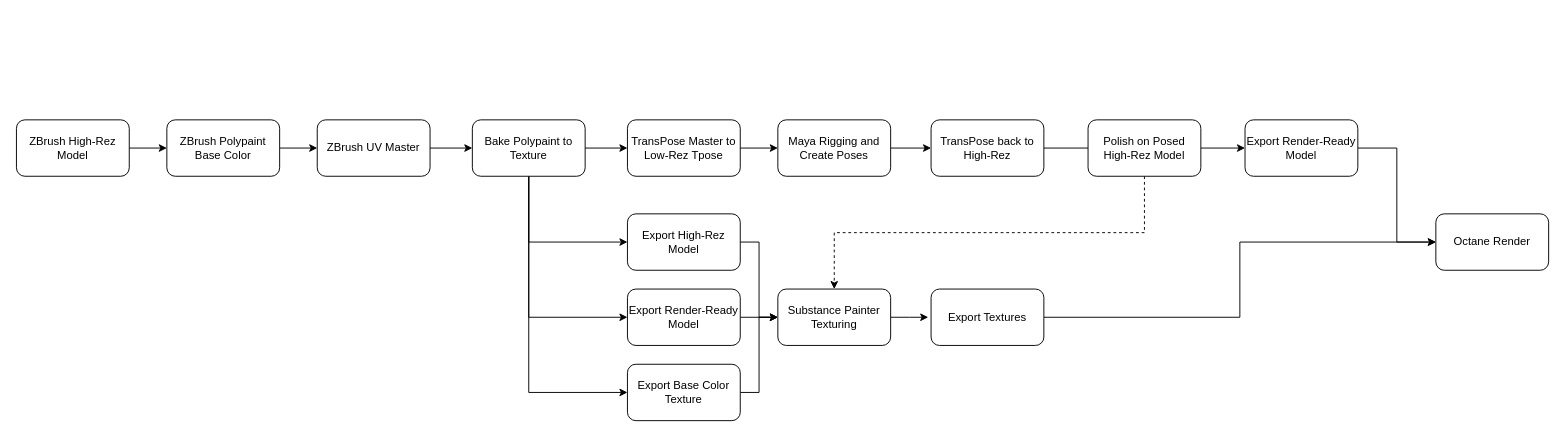
Earlier version of the draw.io diagram Untitled Diagram.drawio (aaronfang/personal_scripts). Source tidied: cells renumbered, new cells numbered last; positions are measured from the earlier drawing's top-left corner, leaving out a move shared by most shapes. Both pictures are drawn from the tidied source at 94%, with x=0, y=0 at pixel (16, 119).
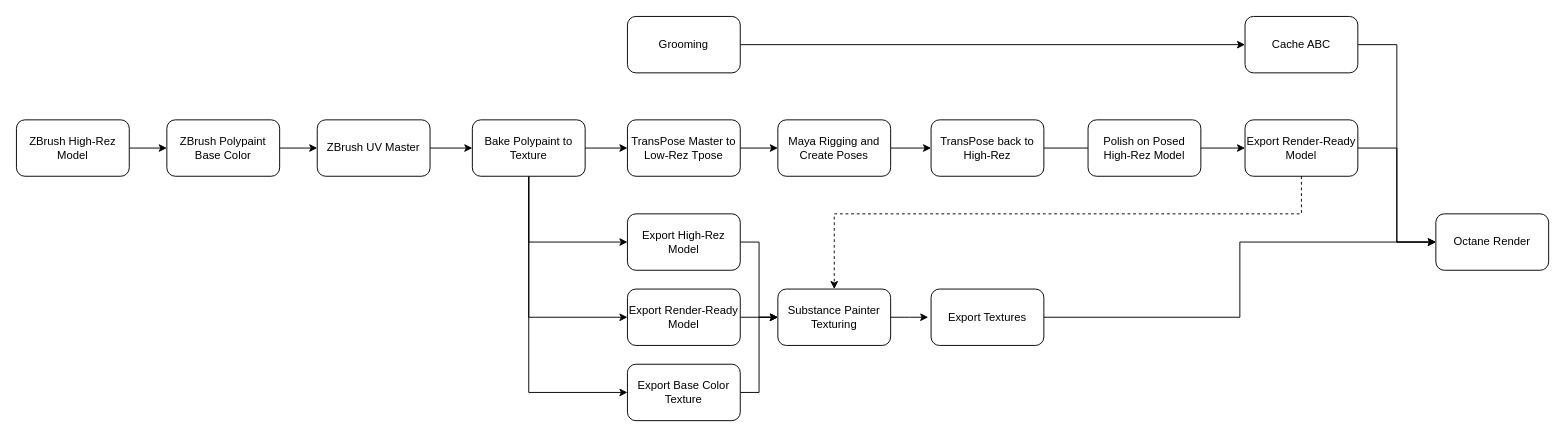
After the change.

The change refers to these unchanged cells:
```xml
<mxCell id="16" value="Substance Painter Texturing" style="rounded=1;whiteSpace=wrap;html=1;" parent="1" vertex="1">
  <mxGeometry x="810" y="180" width="120" height="60" as="geometry" />
</mxCell>
<mxCell id="22" value="Export Render-Ready Model" style="rounded=1;whiteSpace=wrap;html=1;" parent="1" vertex="1">
  <mxGeometry x="1307" width="120" height="60" as="geometry" />
</mxCell>
<mxCell id="29" value="Octane Render" style="rounded=1;whiteSpace=wrap;html=1;" parent="1" vertex="1">
  <mxGeometry x="1510" y="100" width="120" height="60" as="geometry" />
</mxCell>
<mxCell id="33" value="Polish on Posed&lt;br&gt;High-Rez Model" style="rounded=1;whiteSpace=wrap;html=1;" parent="1" vertex="1">
  <mxGeometry x="1140" width="120" height="60" as="geometry" />
</mxCell>
```

Change to the diagram source:
```diff
@@
-    <mxCell id="32" style="edgeStyle=orthogonalEdgeStyle;rounded=0;jettySize=auto;html=1;exitX=0.5;exitY=1;exitDx=0;exitDy=0;entryX=0.5;entryY=0;entryDx=0;entryDy=0;dashed=1;" parent="1" edge="1" source="33" target="16">
-      <mxGeometry relative="1" as="geometry" />
+    <mxCell id="32" style="edgeStyle=orthogonalEdgeStyle;rounded=0;jettySize=auto;html=1;exitX=0.5;exitY=1;exitDx=0;exitDy=0;entryX=0.5;entryY=0;entryDx=0;entryDy=0;dashed=1;" parent="1" edge="1" source="22" target="16">
+      <mxGeometry relative="1" as="geometry">
+        <Array as="points">
+          <mxPoint x="1367" y="100" />
+          <mxPoint x="870" y="100" />
+        </Array>
+      </mxGeometry>
     </mxCell>
@@
+    <mxCell id="34" style="edgeStyle=orthogonalEdgeStyle;rounded=0;jettySize=auto;html=1;exitX=1;exitY=0.5;exitDx=0;exitDy=0;" parent="1" edge="1" source="35" target="37">
+      <mxGeometry relative="1" as="geometry" />
+    </mxCell>
+    <mxCell id="35" value="Grooming" style="rounded=1;whiteSpace=wrap;html=1;" parent="1" vertex="1">
+      <mxGeometry x="650" y="-110" width="120" height="60" as="geometry" />
+    </mxCell>
+    <mxCell id="36" style="edgeStyle=orthogonalEdgeStyle;rounded=0;jettySize=auto;html=1;entryX=0;entryY=0.5;entryDx=0;entryDy=0;" parent="1" edge="1" source="37" target="29">
+      <mxGeometry relative="1" as="geometry" />
+    </mxCell>
+    <mxCell id="37" value="Cache ABC" style="rounded=1;whiteSpace=wrap;html=1;" parent="1" vertex="1">
+      <mxGeometry x="1307" y="-110" width="120" height="60" as="geometry" />
+    </mxCell>
```
